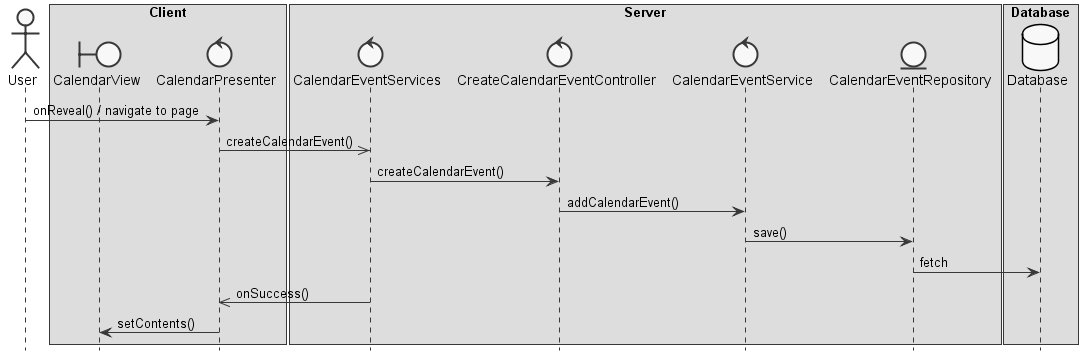
This is docs/blue/1150372/sp2/design2.png from Fuel4us/EventManagingApp, a PlantUML export, as it was before one commit. Its diagram source:
```plantuml
@startuml  design2

skinparam monochrome true
skinparam shadowing false
hide footbox

actor User
boundary CalendarView
control CalendarPresenter
control CalendarEventServices
control CreateCalendarEventController
control CalendarEventService
entity CalendarEventRepository
database Database

box "Client"
participant CalendarView
participant CalendarPresenter
end box

box "Server"
participant CalendarEventServices
participant CreateCalendarEventController
participant CalendarEventService
participant CalendarEventRepository
end box

box "Database"
participant Database
end box

User -> CalendarPresenter : onReveal() / navigate to page
CalendarPresenter ->> CalendarEventServices : createCalendarEvent()
CalendarEventServices -> CreateCalendarEventController : createCalendarEvent()
CreateCalendarEventController -> CalendarEventService : addCalendarEvent()
CalendarEventService -> CalendarEventRepository : save()
CalendarEventRepository -> Database : fetch
CalendarEventServices ->> CalendarPresenter : onSuccess()
CalendarPresenter -> CalendarView : setContents()

@enduml
```
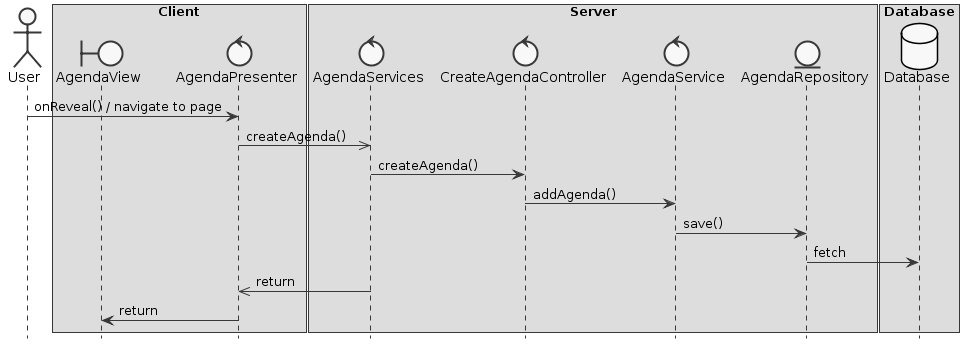
After the change.

Diff of the diagram source:
```diff
@@ -1,41 +1,39 @@
-@startuml  design2
-
+@startuml
 skinparam monochrome true
 skinparam shadowing false
 hide footbox
 
 actor User
-boundary CalendarView
-control CalendarPresenter
-control CalendarEventServices
-control CreateCalendarEventController
-control CalendarEventService
-entity CalendarEventRepository
+boundary AgendaView
+control AgendaPresenter
+control AgendaServices
+control CreateAgendaController
+control AgendaService
+entity AgendaRepository
 database Database
 
 box "Client"
-participant CalendarView
-participant CalendarPresenter
+participant AgendaView
+participant AgendaPresenter
 end box
 
 box "Server"
-participant CalendarEventServices
-participant CreateCalendarEventController
-participant CalendarEventService
-participant CalendarEventRepository
+participant AgendaServices
+participant CreateAgendaController
+participant AgendaService
+participant AgendaRepository
 end box
 
 box "Database"
 participant Database
 end box
 
-User -> CalendarPresenter : onReveal() / navigate to page
-CalendarPresenter ->> CalendarEventServices : createCalendarEvent()
-CalendarEventServices -> CreateCalendarEventController : createCalendarEvent()
-CreateCalendarEventController -> CalendarEventService : addCalendarEvent()
-CalendarEventService -> CalendarEventRepository : save()
-CalendarEventRepository -> Database : fetch
-CalendarEventServices ->> CalendarPresenter : onSuccess()
-CalendarPresenter -> CalendarView : setContents()
-
+User -> AgendaPresenter : onReveal() / navigate to page
+AgendaPresenter ->> AgendaServices : createAgenda()
+AgendaServices -> CreateAgendaController : createAgenda()
+CreateAgendaController -> AgendaService : addAgenda()
+AgendaService -> AgendaRepository : save()
+AgendaRepository -> Database : fetch
+AgendaServices ->> AgendaPresenter : return
+AgendaPresenter -> AgendaView : return
 @enduml
```
